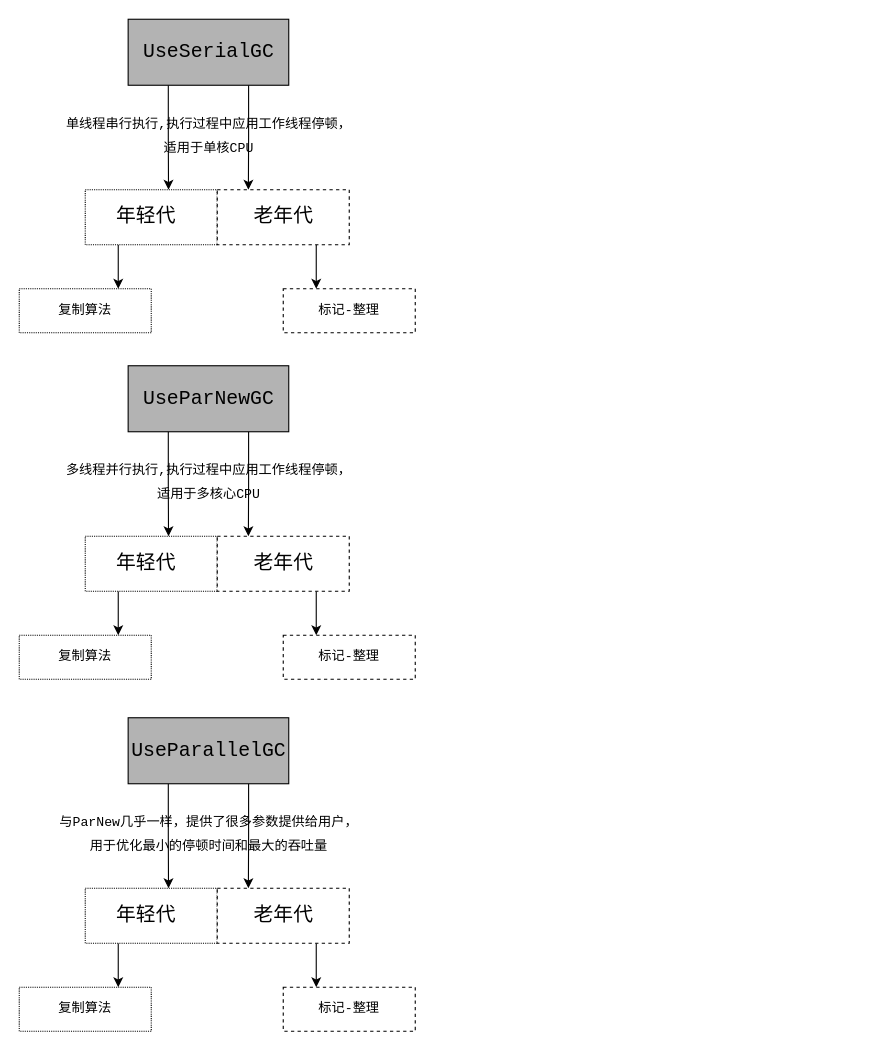
Earlier version of the draw.io diagram 垃圾回收.drawio (Labradors/draw). Source tidied: cells renumbered, new cells numbered last; positions are measured from the earlier drawing's top-left corner, leaving out a move shared by most shapes. Both pictures are drawn from the tidied source at 110%, with x=0, y=0 at pixel (19, 19).
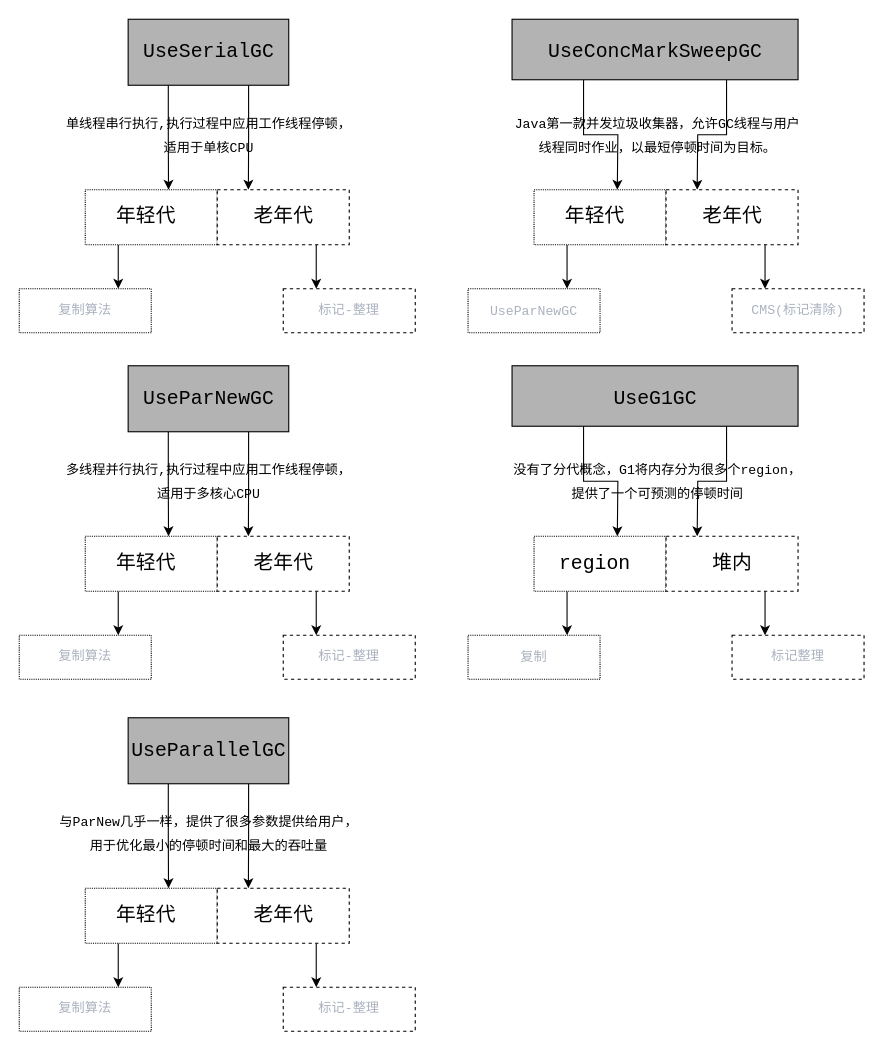
After the change.

Commit message:
更新垃圾回收.drawio

The edit, as a diff of the source:
```diff
@@
-    <mxCell id="13" value="复制算法" style="rounded=0;whiteSpace=wrap;html=1;fontFamily=Courier New;fontSize=12;dashed=1;dashPattern=1 1;" parent="1" vertex="1">
+    <mxCell id="13" value="&lt;font color=&quot;#abb2bf&quot;&gt;复制算法&lt;/font&gt;" style="rounded=0;whiteSpace=wrap;html=1;fontFamily=Courier New;fontSize=12;dashed=1;dashPattern=1 1;" parent="1" vertex="1">
       <mxGeometry y="245" width="120" height="40" as="geometry" />
     </mxCell>
-    <mxCell id="14" value="标记-整理" style="rounded=0;whiteSpace=wrap;html=1;fontFamily=Courier New;fontSize=12;dashed=1;" parent="1" vertex="1">
+    <mxCell id="14" value="&lt;font color=&quot;#abb2bf&quot;&gt;标记-整理&lt;/font&gt;" style="rounded=0;whiteSpace=wrap;html=1;fontFamily=Courier New;fontSize=12;dashed=1;" parent="1" vertex="1">
       <mxGeometry x="240" y="245" width="120" height="40" as="geometry" />
     </mxCell>
@@
-    <mxCell id="26" value="复制算法" style="rounded=0;whiteSpace=wrap;html=1;fontFamily=Courier New;fontSize=12;dashed=1;dashPattern=1 1;" parent="1" vertex="1">
+    <mxCell id="26" value="&lt;font color=&quot;#abb2bf&quot;&gt;复制算法&lt;/font&gt;" style="rounded=0;whiteSpace=wrap;html=1;fontFamily=Courier New;fontSize=12;dashed=1;dashPattern=1 1;" parent="1" vertex="1">
       <mxGeometry y="560" width="120" height="40" as="geometry" />
     </mxCell>
-    <mxCell id="27" value="标记-整理" style="rounded=0;whiteSpace=wrap;html=1;fontFamily=Courier New;fontSize=12;dashed=1;" parent="1" vertex="1">
+    <mxCell id="27" value="&lt;font color=&quot;#abb2bf&quot;&gt;标记-整理&lt;/font&gt;" style="rounded=0;whiteSpace=wrap;html=1;fontFamily=Courier New;fontSize=12;dashed=1;" parent="1" vertex="1">
       <mxGeometry x="240" y="560" width="120" height="40" as="geometry" />
     </mxCell>
@@
-    <mxCell id="39" value="复制算法" style="rounded=0;whiteSpace=wrap;html=1;fontFamily=Courier New;fontSize=12;dashed=1;dashPattern=1 1;" parent="1" vertex="1">
+    <mxCell id="39" value="&lt;font color=&quot;#abb2bf&quot;&gt;复制算法&lt;/font&gt;" style="rounded=0;whiteSpace=wrap;html=1;fontFamily=Courier New;fontSize=12;dashed=1;dashPattern=1 1;" parent="1" vertex="1">
       <mxGeometry y="880" width="120" height="40" as="geometry" />
     </mxCell>
-    <mxCell id="40" value="标记-整理" style="rounded=0;whiteSpace=wrap;html=1;fontFamily=Courier New;fontSize=12;dashed=1;" parent="1" vertex="1">
+    <mxCell id="40" value="&lt;font color=&quot;#abb2bf&quot;&gt;标记-整理&lt;/font&gt;" style="rounded=0;whiteSpace=wrap;html=1;fontFamily=Courier New;fontSize=12;dashed=1;" parent="1" vertex="1">
       <mxGeometry x="240" y="880" width="120" height="40" as="geometry" />
     </mxCell>
+    <mxCell id="41" style="edgeStyle=orthogonalEdgeStyle;rounded=0;jettySize=auto;html=1;exitX=0.25;exitY=1;exitDx=0;exitDy=0;fontFamily=Courier New;fontSize=18;" parent="1" edge="1" source="43">
+      <mxGeometry relative="1" as="geometry">
+        <mxPoint x="543.7" y="155" as="targetPoint" />
+      </mxGeometry>
+    </mxCell>
+    <mxCell id="42" style="edgeStyle=orthogonalEdgeStyle;rounded=0;jettySize=auto;html=1;exitX=0.75;exitY=1;exitDx=0;exitDy=0;fontFamily=Courier New;fontSize=18;" parent="1" edge="1" source="43">
+      <mxGeometry relative="1" as="geometry">
+        <mxPoint x="616.3" y="155" as="targetPoint" />
+      </mxGeometry>
+    </mxCell>
+    <mxCell id="43" style="rounded=0;whiteSpace=wrap;html=1;fontFamily=Courier New;fontSize=18;fillColor=#B3B3B3;" parent="1" vertex="1">
+      <mxGeometry x="448" width="260" height="55" as="geometry" />
+    </mxCell>
+    <mxCell id="44" style="edgeStyle=orthogonalEdgeStyle;rounded=0;jettySize=auto;html=1;exitX=0.25;exitY=1;exitDx=0;exitDy=0;entryX=0.75;entryY=0;entryDx=0;entryDy=0;fontFamily=Courier New;fontSize=12;" parent="1" edge="1" source="45" target="51">
+      <mxGeometry relative="1" as="geometry" />
+    </mxCell>
+    <mxCell id="45" style="rounded=0;whiteSpace=wrap;html=1;fontFamily=Courier New;fontSize=18;dashed=1;dashPattern=1 1;" parent="1" vertex="1">
+      <mxGeometry x="468" y="155" width="120" height="50" as="geometry" />
+    </mxCell>
+    <mxCell id="46" style="edgeStyle=orthogonalEdgeStyle;rounded=0;jettySize=auto;html=1;exitX=0.75;exitY=1;exitDx=0;exitDy=0;entryX=0.25;entryY=0;entryDx=0;entryDy=0;fontFamily=Courier New;fontSize=12;" parent="1" edge="1" source="47" target="52">
+      <mxGeometry relative="1" as="geometry" />
+    </mxCell>
+    <mxCell id="47" style="rounded=0;whiteSpace=wrap;html=1;fontFamily=Courier New;fontSize=18;dashed=1;" parent="1" vertex="1">
+      <mxGeometry x="588" y="155" width="120" height="50" as="geometry" />
+    </mxCell>
+    <mxCell id="48" value="年轻代" style="text;html=1;align=center;verticalAlign=middle;fillColor=none;strokeColor=none;rounded=0;fontFamily=Courier New;fontSize=18;" parent="1" vertex="1">
+      <mxGeometry x="488" y="165" width="70" height="30" as="geometry" />
+    </mxCell>
+    <mxCell id="49" value="老年代" style="text;html=1;align=center;verticalAlign=middle;fillColor=none;strokeColor=none;rounded=0;fontFamily=Courier New;fontSize=18;dashed=1;" parent="1" vertex="1">
+      <mxGeometry x="613" y="165" width="70" height="30" as="geometry" />
+    </mxCell>
+    <mxCell id="50" value="&lt;font style=&quot;font-size: 12px&quot;&gt;Java第一款并发垃圾收集器，允许GC线程与用户&lt;br&gt;线程同时作业，以最短停顿时间为目标。&lt;br&gt;&lt;/font&gt;" style="text;html=1;align=center;verticalAlign=middle;fillColor=none;strokeColor=none;rounded=0;fontFamily=Courier New;fontSize=18;" parent="1" vertex="1">
+      <mxGeometry x="445" y="80" width="270" height="50" as="geometry" />
+    </mxCell>
+    <mxCell id="51" value="&lt;div style=&quot;color: rgb(171 , 178 , 191) ; line-height: 28px&quot;&gt;&lt;span style=&quot;background-color: rgb(255 , 255 , 255)&quot;&gt;&lt;font style=&quot;font-size: 12px&quot;&gt;UseParNewGC&lt;/font&gt;&lt;/span&gt;&lt;/div&gt;" style="rounded=0;whiteSpace=wrap;html=1;fontFamily=Courier New;fontSize=12;dashed=1;dashPattern=1 1;" parent="1" vertex="1">
+      <mxGeometry x="408" y="245" width="120" height="40" as="geometry" />
+    </mxCell>
+    <mxCell id="52" value="&lt;span style=&quot;color: rgb(171 , 178 , 191) ; background-color: rgb(255 , 255 , 255)&quot;&gt;&lt;font style=&quot;font-size: 12px&quot;&gt;CMS(标记清除)&lt;/font&gt;&lt;/span&gt;" style="rounded=0;whiteSpace=wrap;html=1;fontFamily=Courier New;fontSize=12;dashed=1;" parent="1" vertex="1">
+      <mxGeometry x="648" y="245" width="120" height="40" as="geometry" />
+    </mxCell>
+    <mxCell id="53" value="UseConcMarkSweepGC" style="text;html=1;align=center;verticalAlign=middle;fillColor=none;strokeColor=none;rounded=0;dashed=1;fontFamily=Courier New;fontSize=18;" parent="1" vertex="1">
+      <mxGeometry x="473" y="15" width="210" height="30" as="geometry" />
+    </mxCell>
+    <mxCell id="54" style="edgeStyle=orthogonalEdgeStyle;rounded=0;jettySize=auto;html=1;exitX=0.25;exitY=1;exitDx=0;exitDy=0;fontFamily=Courier New;fontSize=18;" parent="1" edge="1" source="56">
+      <mxGeometry relative="1" as="geometry">
+        <mxPoint x="543.7" y="470" as="targetPoint" />
+      </mxGeometry>
+    </mxCell>
+    <mxCell id="55" style="edgeStyle=orthogonalEdgeStyle;rounded=0;jettySize=auto;html=1;exitX=0.75;exitY=1;exitDx=0;exitDy=0;fontFamily=Courier New;fontSize=18;" parent="1" edge="1" source="56">
+      <mxGeometry relative="1" as="geometry">
+        <mxPoint x="616.3" y="470" as="targetPoint" />
+      </mxGeometry>
+    </mxCell>
+    <mxCell id="56" style="rounded=0;whiteSpace=wrap;html=1;fontFamily=Courier New;fontSize=18;fillColor=#B3B3B3;" parent="1" vertex="1">
+      <mxGeometry x="448" y="315" width="260" height="55" as="geometry" />
+    </mxCell>
+    <mxCell id="57" style="edgeStyle=orthogonalEdgeStyle;rounded=0;jettySize=auto;html=1;exitX=0.25;exitY=1;exitDx=0;exitDy=0;entryX=0.75;entryY=0;entryDx=0;entryDy=0;fontFamily=Courier New;fontSize=12;" parent="1" edge="1" source="58" target="64">
+      <mxGeometry relative="1" as="geometry" />
+    </mxCell>
+    <mxCell id="58" style="rounded=0;whiteSpace=wrap;html=1;fontFamily=Courier New;fontSize=18;dashed=1;dashPattern=1 1;" parent="1" vertex="1">
+      <mxGeometry x="468" y="470" width="120" height="50" as="geometry" />
+    </mxCell>
+    <mxCell id="59" style="edgeStyle=orthogonalEdgeStyle;rounded=0;jettySize=auto;html=1;exitX=0.75;exitY=1;exitDx=0;exitDy=0;entryX=0.25;entryY=0;entryDx=0;entryDy=0;fontFamily=Courier New;fontSize=12;" parent="1" edge="1" source="60" target="65">
+      <mxGeometry relative="1" as="geometry" />
+    </mxCell>
+    <mxCell id="60" style="rounded=0;whiteSpace=wrap;html=1;fontFamily=Courier New;fontSize=18;dashed=1;" parent="1" vertex="1">
+      <mxGeometry x="588" y="470" width="120" height="50" as="geometry" />
+    </mxCell>
+    <mxCell id="61" value="region" style="text;html=1;align=center;verticalAlign=middle;fillColor=none;strokeColor=none;rounded=0;fontFamily=Courier New;fontSize=18;" parent="1" vertex="1">
+      <mxGeometry x="483" y="480" width="80" height="30" as="geometry" />
+    </mxCell>
+    <mxCell id="62" value="堆内" style="text;html=1;align=center;verticalAlign=middle;fillColor=none;strokeColor=none;rounded=0;fontFamily=Courier New;fontSize=18;dashed=1;" parent="1" vertex="1">
+      <mxGeometry x="623" y="480" width="50" height="30" as="geometry" />
+    </mxCell>
+    <mxCell id="63" value="&lt;font style=&quot;font-size: 12px&quot;&gt;没有了分代概念，G1将内存分为很多个region，&lt;br&gt;提供了一个可预测的停顿时间&lt;br&gt;&lt;/font&gt;" style="text;html=1;align=center;verticalAlign=middle;fillColor=none;strokeColor=none;rounded=0;fontFamily=Courier New;fontSize=18;" parent="1" vertex="1">
+      <mxGeometry x="440" y="395" width="280" height="50" as="geometry" />
+    </mxCell>
+    <mxCell id="64" value="&lt;div style=&quot;color: rgb(171 , 178 , 191) ; line-height: 28px&quot;&gt;&lt;span style=&quot;background-color: rgb(255 , 255 , 255)&quot;&gt;&lt;font style=&quot;font-size: 12px&quot;&gt;复制&lt;/font&gt;&lt;/span&gt;&lt;/div&gt;" style="rounded=0;whiteSpace=wrap;html=1;fontFamily=Courier New;fontSize=12;dashed=1;dashPattern=1 1;" parent="1" vertex="1">
+      <mxGeometry x="408" y="560" width="120" height="40" as="geometry" />
+    </mxCell>
+    <mxCell id="65" value="&lt;span style=&quot;color: rgb(171 , 178 , 191) ; background-color: rgb(255 , 255 , 255)&quot;&gt;&lt;font style=&quot;font-size: 12px&quot;&gt;标记整理&lt;/font&gt;&lt;/span&gt;" style="rounded=0;whiteSpace=wrap;html=1;fontFamily=Courier New;fontSize=12;dashed=1;" parent="1" vertex="1">
+      <mxGeometry x="648" y="560" width="120" height="40" as="geometry" />
+    </mxCell>
+    <mxCell id="66" value="UseG1GC" style="text;html=1;align=center;verticalAlign=middle;fillColor=none;strokeColor=none;rounded=0;dashed=1;fontFamily=Courier New;fontSize=18;" parent="1" vertex="1">
+      <mxGeometry x="533" y="330" width="90" height="30" as="geometry" />
+    </mxCell>
```
